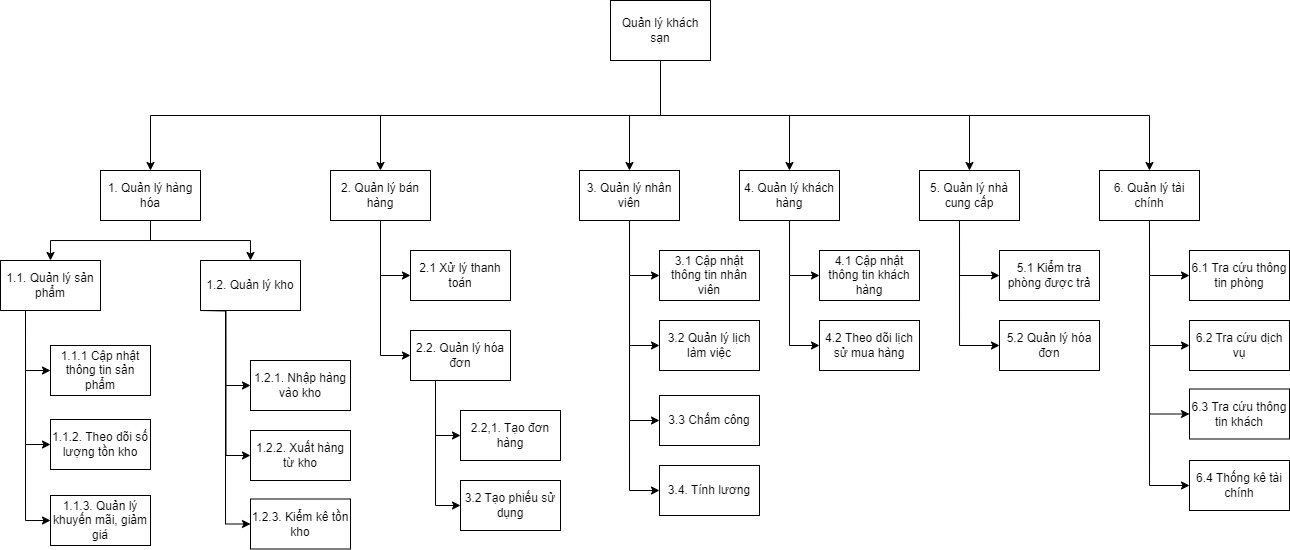
Earlier version of the draw.io export Biểu đồ không có tiêu đề.drawio.png (DatLe328/Phan-tich-thiet-ke-he-thong). Source tidied: cells renumbered, new cells last; positions are measured from the earlier drawing's top-left corner, leaving out a move shared by most shapes.
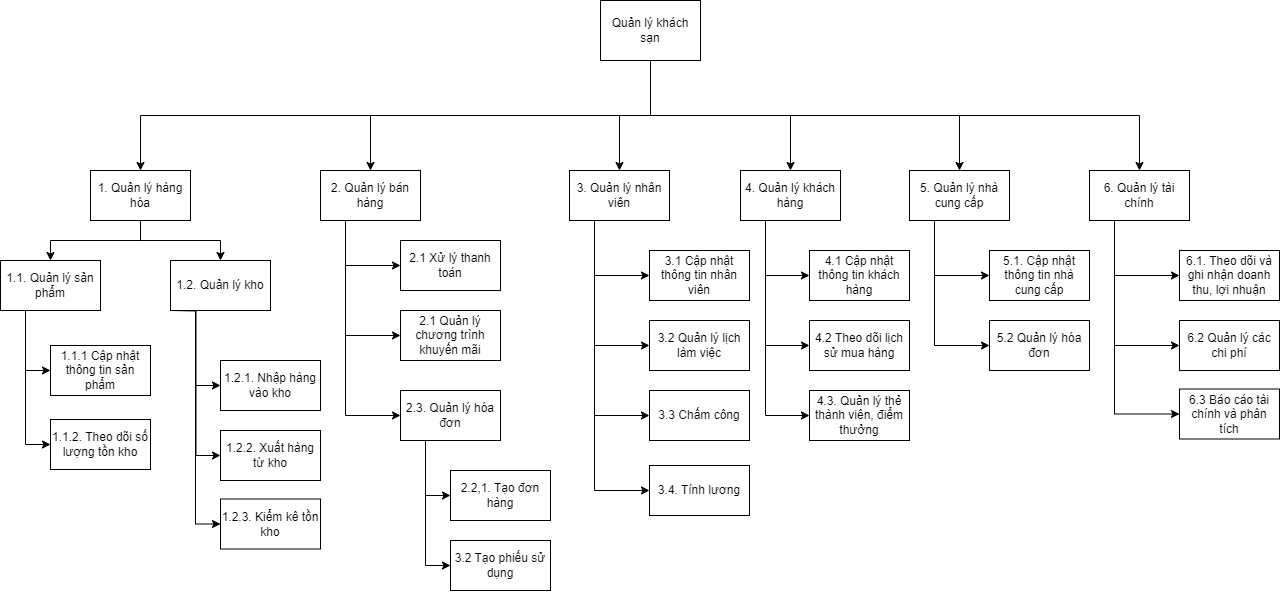
After the change.

Commit message:
Cập nhật Biểu đồ không có tiêu đề.drawio.png

Change to the diagram source:
```diff
@@ -32,24 +32,33 @@
     <mxCell id="11" value="1. Quản lý hàng hóa" style="html=1;dashed=0;whiteSpace=wrap;" parent="1" vertex="1">
       <mxGeometry x="100" y="170" width="100" height="50" as="geometry" />
     </mxCell>
+    <mxCell id="63" style="edgeStyle=orthogonalEdgeStyle;rounded=0;jettySize=auto;html=1;exitX=0.25;exitY=1;exitDx=0;exitDy=0;entryX=0;entryY=0.5;entryDx=0;entryDy=0;" parent="1" edge="1" source="14" target="71">
+      <mxGeometry relative="1" as="geometry" />
+    </mxCell>
-    <mxCell id="12" style="edgeStyle=orthogonalEdgeStyle;rounded=0;jettySize=auto;html=1;exitX=0.5;exitY=1;exitDx=0;exitDy=0;entryX=0;entryY=0.5;entryDx=0;entryDy=0;" parent="1" edge="1" source="14" target="15">
+    <mxCell id="12" style="edgeStyle=orthogonalEdgeStyle;rounded=0;jettySize=auto;html=1;exitX=0.25;exitY=1;exitDx=0;exitDy=0;entryX=0;entryY=0.5;entryDx=0;entryDy=0;" parent="1" edge="1" source="14" target="15">
       <mxGeometry relative="1" as="geometry" />
     </mxCell>
-    <mxCell id="13" style="edgeStyle=orthogonalEdgeStyle;rounded=0;jettySize=auto;html=1;exitX=0.5;exitY=1;exitDx=0;exitDy=0;entryX=0;entryY=0.5;entryDx=0;entryDy=0;" parent="1" edge="1" source="14" target="26">
+    <mxCell id="13" style="edgeStyle=orthogonalEdgeStyle;rounded=0;jettySize=auto;html=1;exitX=0.25;exitY=1;exitDx=0;exitDy=0;entryX=0;entryY=0.5;entryDx=0;entryDy=0;" parent="1" edge="1" source="14" target="26">
       <mxGeometry relative="1" as="geometry" />
     </mxCell>
     <mxCell id="14" value="2. Quản lý bán hàng" style="html=1;dashed=0;whiteSpace=wrap;" parent="1" vertex="1">
       <mxGeometry x="330" y="170" width="100" height="50" as="geometry" />
     </mxCell>
-    <mxCell id="15" value="2.1 Xử lý thanh toán" style="html=1;dashed=0;whiteSpace=wrap;" parent="1" vertex="1">
-      <mxGeometry x="410" y="250" width="100" height="50" as="geometry" />
+    <mxCell id="15" value="2.1 Quản lý chương trình khuyến mãi" style="html=1;dashed=0;whiteSpace=wrap;" parent="1" vertex="1">
+      <mxGeometry x="410" y="310" width="100" height="50" as="geometry" />
     </mxCell>
-    <mxCell id="16" style="edgeStyle=orthogonalEdgeStyle;rounded=0;jettySize=auto;html=1;entryX=0;entryY=0.5;entryDx=0;entryDy=0;" parent="1" edge="1" source="18" target="19">
+    <mxCell id="16" style="edgeStyle=orthogonalEdgeStyle;rounded=0;jettySize=auto;html=1;exitX=0.25;exitY=1;exitDx=0;exitDy=0;entryX=0;entryY=0.5;entryDx=0;entryDy=0;" parent="1" edge="1" source="18" target="19">
       <mxGeometry relative="1" as="geometry" />
     </mxCell>
-    <mxCell id="17" style="edgeStyle=orthogonalEdgeStyle;rounded=0;jettySize=auto;html=1;exitX=0.5;exitY=1;exitDx=0;exitDy=0;entryX=0;entryY=0.5;entryDx=0;entryDy=0;" parent="1" edge="1" source="18" target="20">
+    <mxCell id="17" style="edgeStyle=orthogonalEdgeStyle;rounded=0;jettySize=auto;html=1;exitX=0.25;exitY=1;exitDx=0;exitDy=0;entryX=0;entryY=0.5;entryDx=0;entryDy=0;" parent="1" edge="1" source="18" target="20">
       <mxGeometry relative="1" as="geometry" />
     </mxCell>
+    <mxCell id="55" style="edgeStyle=orthogonalEdgeStyle;rounded=0;jettySize=auto;html=1;exitX=0.25;exitY=1;exitDx=0;exitDy=0;entryX=0;entryY=0.5;entryDx=0;entryDy=0;" parent="1" edge="1" source="18" target="57">
+      <mxGeometry relative="1" as="geometry" />
+    </mxCell>
+    <mxCell id="56" style="edgeStyle=orthogonalEdgeStyle;rounded=0;jettySize=auto;html=1;exitX=0.25;exitY=1;exitDx=0;exitDy=0;entryX=0;entryY=0.5;entryDx=0;entryDy=0;" parent="1" edge="1" source="18" target="58">
+      <mxGeometry relative="1" as="geometry" />
+    </mxCell>
     <mxCell id="18" value="3. Quản lý nhân viên" style="html=1;dashed=0;whiteSpace=wrap;" parent="1" vertex="1">
       <mxGeometry x="579" y="170" width="100" height="50" as="geometry" />
     </mxCell>
@@ -59,46 +68,35 @@
     <mxCell id="20" value="3.2 Quản lý lịch làm việc" style="html=1;dashed=0;whiteSpace=wrap;" parent="1" vertex="1">
       <mxGeometry x="659" y="320" width="100" height="50" as="geometry" />
     </mxCell>
-    <mxCell id="21" style="edgeStyle=orthogonalEdgeStyle;rounded=0;jettySize=auto;html=1;exitX=0.5;exitY=1;exitDx=0;exitDy=0;entryX=0;entryY=0.5;entryDx=0;entryDy=0;" parent="1" edge="1" target="23">
-      <mxGeometry relative="1" as="geometry">
-        <mxPoint x="959" y="220" as="sourcePoint" />
-        <Array as="points">
-          <mxPoint x="959" y="275" />
-        </Array>
-      </mxGeometry>
-    </mxCell>
-    <mxCell id="22" style="edgeStyle=orthogonalEdgeStyle;rounded=0;jettySize=auto;html=1;entryX=0;entryY=0.5;entryDx=0;entryDy=0;" parent="1" edge="1" target="24">
-      <mxGeometry relative="1" as="geometry">
-        <mxPoint x="959" y="220" as="sourcePoint" />
-        <Array as="points">
-          <mxPoint x="959" y="345" />
-        </Array>
-      </mxGeometry>
-    </mxCell>
-    <mxCell id="23" value="5.1 Kiểm tra phòng được trả" style="html=1;dashed=0;whiteSpace=wrap;" parent="1" vertex="1">
+    <mxCell id="23" value="5.1. Cập nhật thông tin nhà cung cấp" style="html=1;dashed=0;whiteSpace=wrap;" parent="1" vertex="1">
       <mxGeometry x="999" y="250" width="100" height="50" as="geometry" />
     </mxCell>
     <mxCell id="24" value="5.2 Quản lý hóa đơn" style="html=1;dashed=0;whiteSpace=wrap;" parent="1" vertex="1">
       <mxGeometry x="999" y="320" width="100" height="50" as="geometry" />
     </mxCell>
+    <mxCell id="64" style="edgeStyle=orthogonalEdgeStyle;rounded=0;jettySize=auto;html=1;exitX=0.25;exitY=1;exitDx=0;exitDy=0;entryX=0;entryY=0.5;entryDx=0;entryDy=0;" parent="1" edge="1" source="25" target="23">
+      <mxGeometry relative="1" as="geometry" />
+    </mxCell>
+    <mxCell id="65" style="edgeStyle=orthogonalEdgeStyle;rounded=0;jettySize=auto;html=1;exitX=0.25;exitY=1;exitDx=0;exitDy=0;entryX=0;entryY=0.5;entryDx=0;entryDy=0;" parent="1" edge="1" source="25" target="24">
+      <mxGeometry relative="1" as="geometry" />
+    </mxCell>
     <mxCell id="25" value="5. Quản lý nhà cung cấp" style="html=1;dashed=0;whiteSpace=wrap;" parent="1" vertex="1">
       <mxGeometry x="919" y="170" width="100" height="50" as="geometry" />
     </mxCell>
-    <mxCell id="26" value="2.2. Quản lý hóa đơn" style="html=1;dashed=0;whiteSpace=wrap;" parent="1" vertex="1">
-      <mxGeometry x="410" y="330" width="100" height="50" as="geometry" />
+    <mxCell id="26" value="2.3. Quản lý hóa đơn" style="html=1;dashed=0;whiteSpace=wrap;" parent="1" vertex="1">
+      <mxGeometry x="410" y="390" width="100" height="50" as="geometry" />
     </mxCell>
-    <mxCell id="27" style="edgeStyle=orthogonalEdgeStyle;rounded=0;jettySize=auto;html=1;exitX=0.5;exitY=1;exitDx=0;exitDy=0;entryX=0;entryY=0.5;entryDx=0;entryDy=0;" parent="1" edge="1" source="29" target="30">
-      <mxGeometry relative="1" as="geometry">
-        <Array as="points">
-          <mxPoint x="789" y="275" />
-        </Array>
-      </mxGeometry>
+    <mxCell id="27" style="edgeStyle=orthogonalEdgeStyle;rounded=0;jettySize=auto;html=1;exitX=0.25;exitY=1;exitDx=0;exitDy=0;entryX=0;entryY=0.5;entryDx=0;entryDy=0;" parent="1" edge="1" source="29" target="30">
+      <mxGeometry relative="1" as="geometry" />
     </mxCell>
-    <mxCell id="28" style="edgeStyle=orthogonalEdgeStyle;rounded=0;jettySize=auto;html=1;entryX=0;entryY=0.5;entryDx=0;entryDy=0;" parent="1" edge="1" source="29" target="31">
+    <mxCell id="28" style="edgeStyle=orthogonalEdgeStyle;rounded=0;jettySize=auto;html=1;exitX=0.25;exitY=1;exitDx=0;exitDy=0;entryX=0;entryY=0.5;entryDx=0;entryDy=0;" parent="1" edge="1" source="29" target="31">
       <mxGeometry relative="1" as="geometry" />
     </mxCell>
+    <mxCell id="66" style="edgeStyle=orthogonalEdgeStyle;rounded=0;jettySize=auto;html=1;exitX=0.25;exitY=1;exitDx=0;exitDy=0;entryX=0;entryY=0.5;entryDx=0;entryDy=0;" parent="1" edge="1" source="29" target="70">
+      <mxGeometry relative="1" as="geometry" />
+    </mxCell>
     <mxCell id="29" value="4. Quản lý khách hàng" style="html=1;dashed=0;whiteSpace=wrap;" parent="1" vertex="1">
-      <mxGeometry x="739" y="170" width="100" height="50" as="geometry" />
+      <mxGeometry x="750" y="170" width="100" height="50" as="geometry" />
     </mxCell>
     <mxCell id="30" value="4.1 Cập nhật thông tin khách hàng" style="html=1;dashed=0;whiteSpace=wrap;" parent="1" vertex="1">
       <mxGeometry x="819" y="250" width="100" height="50" as="geometry" />
@@ -106,79 +104,58 @@
     <mxCell id="31" value="4.2 Theo dõi lịch sử mua hàng" style="html=1;dashed=0;whiteSpace=wrap;" parent="1" vertex="1">
       <mxGeometry x="819" y="320" width="100" height="50" as="geometry" />
     </mxCell>
-    <mxCell id="32" style="edgeStyle=orthogonalEdgeStyle;rounded=0;jettySize=auto;html=1;exitX=0.5;exitY=1;exitDx=0;exitDy=0;entryX=0;entryY=0.5;entryDx=0;entryDy=0;" parent="1" edge="1" target="35">
-      <mxGeometry relative="1" as="geometry">
-        <mxPoint x="1149" y="220" as="sourcePoint" />
-        <Array as="points">
-          <mxPoint x="1149" y="275" />
-        </Array>
-      </mxGeometry>
-    </mxCell>
-    <mxCell id="33" style="edgeStyle=orthogonalEdgeStyle;rounded=0;jettySize=auto;html=1;entryX=0;entryY=0.5;entryDx=0;entryDy=0;" parent="1" edge="1" target="36">
-      <mxGeometry relative="1" as="geometry">
-        <mxPoint x="1149" y="220" as="sourcePoint" />
-        <Array as="points">
-          <mxPoint x="1149" y="345" />
-        </Array>
-      </mxGeometry>
-    </mxCell>
-    <mxCell id="34" style="edgeStyle=orthogonalEdgeStyle;rounded=0;jettySize=auto;html=1;exitX=0.5;exitY=1;exitDx=0;exitDy=0;entryX=0;entryY=0.5;entryDx=0;entryDy=0;" parent="1" edge="1" target="37">
-      <mxGeometry relative="1" as="geometry">
-        <mxPoint x="1149" y="220" as="sourcePoint" />
-        <Array as="points">
-          <mxPoint x="1149" y="414" />
-        </Array>
-      </mxGeometry>
-    </mxCell>
-    <mxCell id="35" value="6.1 Tra cứu thông tin phòng" style="html=1;dashed=0;whiteSpace=wrap;" parent="1" vertex="1">
+    <mxCell id="35" value="6.1. Theo dõi và ghi nhận doanh thu, lợi nhuận" style="html=1;dashed=0;whiteSpace=wrap;" parent="1" vertex="1">
       <mxGeometry x="1189" y="250" width="100" height="50" as="geometry" />
     </mxCell>
-    <mxCell id="36" value="6.2 Tra cứu dịch vụ" style="html=1;dashed=0;whiteSpace=wrap;" parent="1" vertex="1">
+    <mxCell id="36" value="6.2 Quản lý các chi phí" style="html=1;dashed=0;whiteSpace=wrap;" parent="1" vertex="1">
       <mxGeometry x="1189" y="320" width="100" height="50" as="geometry" />
     </mxCell>
-    <mxCell id="37" value="6.3 Tra cứu thông tin khách" style="html=1;dashed=0;whiteSpace=wrap;" parent="1" vertex="1">
+    <mxCell id="37" value="6.3 Báo cáo tài chính và phân tích" style="html=1;dashed=0;whiteSpace=wrap;" parent="1" vertex="1">
       <mxGeometry x="1189" y="388.5" width="100" height="50" as="geometry" />
     </mxCell>
-    <mxCell id="38" style="edgeStyle=orthogonalEdgeStyle;rounded=0;jettySize=auto;html=1;exitX=0.5;exitY=1;exitDx=0;exitDy=0;entryX=0;entryY=0.5;entryDx=0;entryDy=0;" parent="1" edge="1" source="39" target="40">
-      <mxGeometry relative="1" as="geometry" />
-    </mxCell>
+    <mxCell id="67" style="edgeStyle=orthogonalEdgeStyle;rounded=0;jettySize=auto;html=1;exitX=0.25;exitY=1;exitDx=0;exitDy=0;entryX=0;entryY=0.5;entryDx=0;entryDy=0;" parent="1" edge="1" source="39" target="35">
+      <mxGeometry relative="1" as="geometry" />
+    </mxCell>
+    <mxCell id="68" style="edgeStyle=orthogonalEdgeStyle;rounded=0;jettySize=auto;html=1;exitX=0.25;exitY=1;exitDx=0;exitDy=0;entryX=0;entryY=0.5;entryDx=0;entryDy=0;" parent="1" edge="1" source="39" target="36">
+      <mxGeometry relative="1" as="geometry" />
+    </mxCell>
+    <mxCell id="69" style="edgeStyle=orthogonalEdgeStyle;rounded=0;jettySize=auto;html=1;exitX=0.25;exitY=1;exitDx=0;exitDy=0;entryX=0;entryY=0.5;entryDx=0;entryDy=0;" parent="1" edge="1" source="39" target="37">
+      <mxGeometry relative="1" as="geometry" />
+    </mxCell>
     <mxCell id="39" value="6. Quản lý tài chính" style="html=1;dashed=0;whiteSpace=wrap;" parent="1" vertex="1">
       <mxGeometry x="1099" y="170" width="100" height="50" as="geometry" />
     </mxCell>
-    <mxCell id="40" value="6.4 Thống kê tài chính" style="html=1;dashed=0;whiteSpace=wrap;" parent="1" vertex="1">
-      <mxGeometry x="1189" y="460" width="100" height="50" as="geometry" />
-    </mxCell>
     <mxCell id="41" value="1.1. Quản lý sản phẩm" style="html=1;dashed=0;whiteSpace=wrap;" parent="1" vertex="1">
-      <mxGeometry y="260" width="100" height="50" as="geometry" />
+      <mxGeometry x="10" y="260" width="100" height="50" as="geometry" />
     </mxCell>
     <mxCell id="42" value="1.2. Quản lý kho" style="html=1;dashed=0;whiteSpace=wrap;" parent="1" vertex="1">
-      <mxGeometry x="200" y="260" width="100" height="50" as="geometry" />
+      <mxGeometry x="180" y="260" width="100" height="50" as="geometry" />
     </mxCell>
     <mxCell id="43" style="edgeStyle=orthogonalEdgeStyle;rounded=0;jettySize=auto;html=1;exitX=0.25;exitY=1;exitDx=0;exitDy=0;entryX=0;entryY=0.5;entryDx=0;entryDy=0;" parent="1" edge="1" source="41" target="44">
       <mxGeometry relative="1" as="geometry" />
     </mxCell>
     <mxCell id="44" value="1.1.1 Cập nhật thông tin sản phẩm" style="html=1;dashed=0;whiteSpace=wrap;" parent="1" vertex="1">
-      <mxGeometry x="50" y="345" width="100" height="50" as="geometry" />
+      <mxGeometry x="60" y="345" width="100" height="50" as="geometry" />
     </mxCell>
     <mxCell id="45" style="edgeStyle=orthogonalEdgeStyle;rounded=0;jettySize=auto;html=1;entryX=0;entryY=0.5;entryDx=0;entryDy=0;exitX=0.25;exitY=1;exitDx=0;exitDy=0;" parent="1" edge="1" source="42" target="48">
       <mxGeometry relative="1" as="geometry" />
     </mxCell>
     <mxCell id="46" style="edgeStyle=orthogonalEdgeStyle;rounded=0;jettySize=auto;html=1;exitX=0.25;exitY=1;exitDx=0;exitDy=0;entryX=0;entryY=0.5;entryDx=0;entryDy=0;" parent="1" edge="1" target="49">
       <mxGeometry relative="1" as="geometry">
-        <mxPoint x="200" y="310" as="sourcePoint" />
+        <mxPoint x="180" y="310" as="sourcePoint" />
       </mxGeometry>
     </mxCell>
     <mxCell id="47" style="edgeStyle=orthogonalEdgeStyle;rounded=0;jettySize=auto;html=1;entryX=0;entryY=0.5;entryDx=0;entryDy=0;exitX=0.25;exitY=1;exitDx=0;exitDy=0;" parent="1" edge="1" source="42" target="50">
       <mxGeometry relative="1" as="geometry" />
     </mxCell>
     <mxCell id="48" value="1.2.1. Nhập hàng vào kho" style="html=1;dashed=0;whiteSpace=wrap;" parent="1" vertex="1">
-      <mxGeometry x="250" y="360" width="100" height="50" as="geometry" />
+      <mxGeometry x="230" y="360" width="100" height="50" as="geometry" />
     </mxCell>
     <mxCell id="49" value="1.2.2. Xuất hàng từ kho" style="html=1;dashed=0;whiteSpace=wrap;" parent="1" vertex="1">
-      <mxGeometry x="250" y="430" width="100" height="50" as="geometry" />
+      <mxGeometry x="230" y="430" width="100" height="50" as="geometry" />
     </mxCell>
     <mxCell id="50" value="1.2.3. Kiểm kê tồn kho" style="html=1;dashed=0;whiteSpace=wrap;" parent="1" vertex="1">
-      <mxGeometry x="250" y="498.5" width="100" height="50" as="geometry" />
+      <mxGeometry x="230" y="498.5" width="100" height="50" as="geometry" />
     </mxCell>
     <mxCell id="51" style="edgeStyle=orthogonalEdgeStyle;rounded=0;jettySize=auto;html=1;entryX=0;entryY=0.5;entryDx=0;entryDy=0;exitX=0.25;exitY=1;exitDx=0;exitDy=0;" parent="1" edge="1" source="26" target="53">
       <mxGeometry relative="1" as="geometry" />
@@ -187,19 +164,13 @@
       <mxGeometry relative="1" as="geometry" />
     </mxCell>
     <mxCell id="53" value="2.2,1. Tạo đơn hàng" style="html=1;dashed=0;whiteSpace=wrap;" parent="1" vertex="1">
-      <mxGeometry x="460" y="410" width="100" height="50" as="geometry" />
+      <mxGeometry x="460" y="470" width="100" height="50" as="geometry" />
     </mxCell>
     <mxCell id="54" value="3.2 Tạo phiếu sử dụng" style="html=1;dashed=0;whiteSpace=wrap;" parent="1" vertex="1">
-      <mxGeometry x="460" y="480" width="100" height="50" as="geometry" />
+      <mxGeometry x="460" y="540" width="100" height="50" as="geometry" />
     </mxCell>
-    <mxCell id="55" style="edgeStyle=orthogonalEdgeStyle;rounded=0;jettySize=auto;html=1;entryX=0;entryY=0.5;entryDx=0;entryDy=0;exitX=0.5;exitY=1;exitDx=0;exitDy=0;" parent="1" edge="1" source="18" target="57">
-      <mxGeometry relative="1" as="geometry" />
-    </mxCell>
-    <mxCell id="56" style="edgeStyle=orthogonalEdgeStyle;rounded=0;jettySize=auto;html=1;exitX=0.5;exitY=1;exitDx=0;exitDy=0;entryX=0;entryY=0.5;entryDx=0;entryDy=0;" parent="1" edge="1" source="18" target="58">
-      <mxGeometry relative="1" as="geometry" />
-    </mxCell>
     <mxCell id="57" value="3.3 Chấm công" style="html=1;dashed=0;whiteSpace=wrap;" parent="1" vertex="1">
-      <mxGeometry x="659" y="395" width="100" height="50" as="geometry" />
+      <mxGeometry x="659" y="390" width="100" height="50" as="geometry" />
     </mxCell>
     <mxCell id="58" value="3.4. Tính lương" style="html=1;dashed=0;whiteSpace=wrap;" parent="1" vertex="1">
       <mxGeometry x="659" y="465" width="100" height="50" as="geometry" />
@@ -208,13 +179,13 @@
       <mxGeometry relative="1" as="geometry" />
     </mxCell>
     <mxCell id="60" value="1.1.2. Theo dõi số lượng tồn kho" style="html=1;dashed=0;whiteSpace=wrap;" parent="1" vertex="1">
-      <mxGeometry x="50" y="419" width="100" height="50" as="geometry" />
+      <mxGeometry x="60" y="419" width="100" height="50" as="geometry" />
     </mxCell>
-    <mxCell id="61" style="edgeStyle=orthogonalEdgeStyle;rounded=0;jettySize=auto;html=1;exitX=0.25;exitY=1;exitDx=0;exitDy=0;entryX=0;entryY=0.5;entryDx=0;entryDy=0;" parent="1" edge="1" source="41" target="62">
-      <mxGeometry relative="1" as="geometry" />
-    </mxCell>
-    <mxCell id="62" value="1.1.3. Quản lý khuyến mãi, giảm giá" style="html=1;dashed=0;whiteSpace=wrap;" parent="1" vertex="1">
-      <mxGeometry x="50" y="495" width="100" height="50" as="geometry" />
-    </mxCell>
+    <mxCell id="70" value="4.3. Quản lý thẻ thành viên, điểm thưởng" style="html=1;dashed=0;whiteSpace=wrap;" parent="1" vertex="1">
+      <mxGeometry x="819" y="390" width="100" height="50" as="geometry" />
+    </mxCell>
+    <mxCell id="71" value="2.1 Xử lý thanh toán" style="html=1;dashed=0;whiteSpace=wrap;" parent="1" vertex="1">
+      <mxGeometry x="410" y="240" width="100" height="50" as="geometry" />
+    </mxCell>
   </root>
 </mxGraphModel>
```
